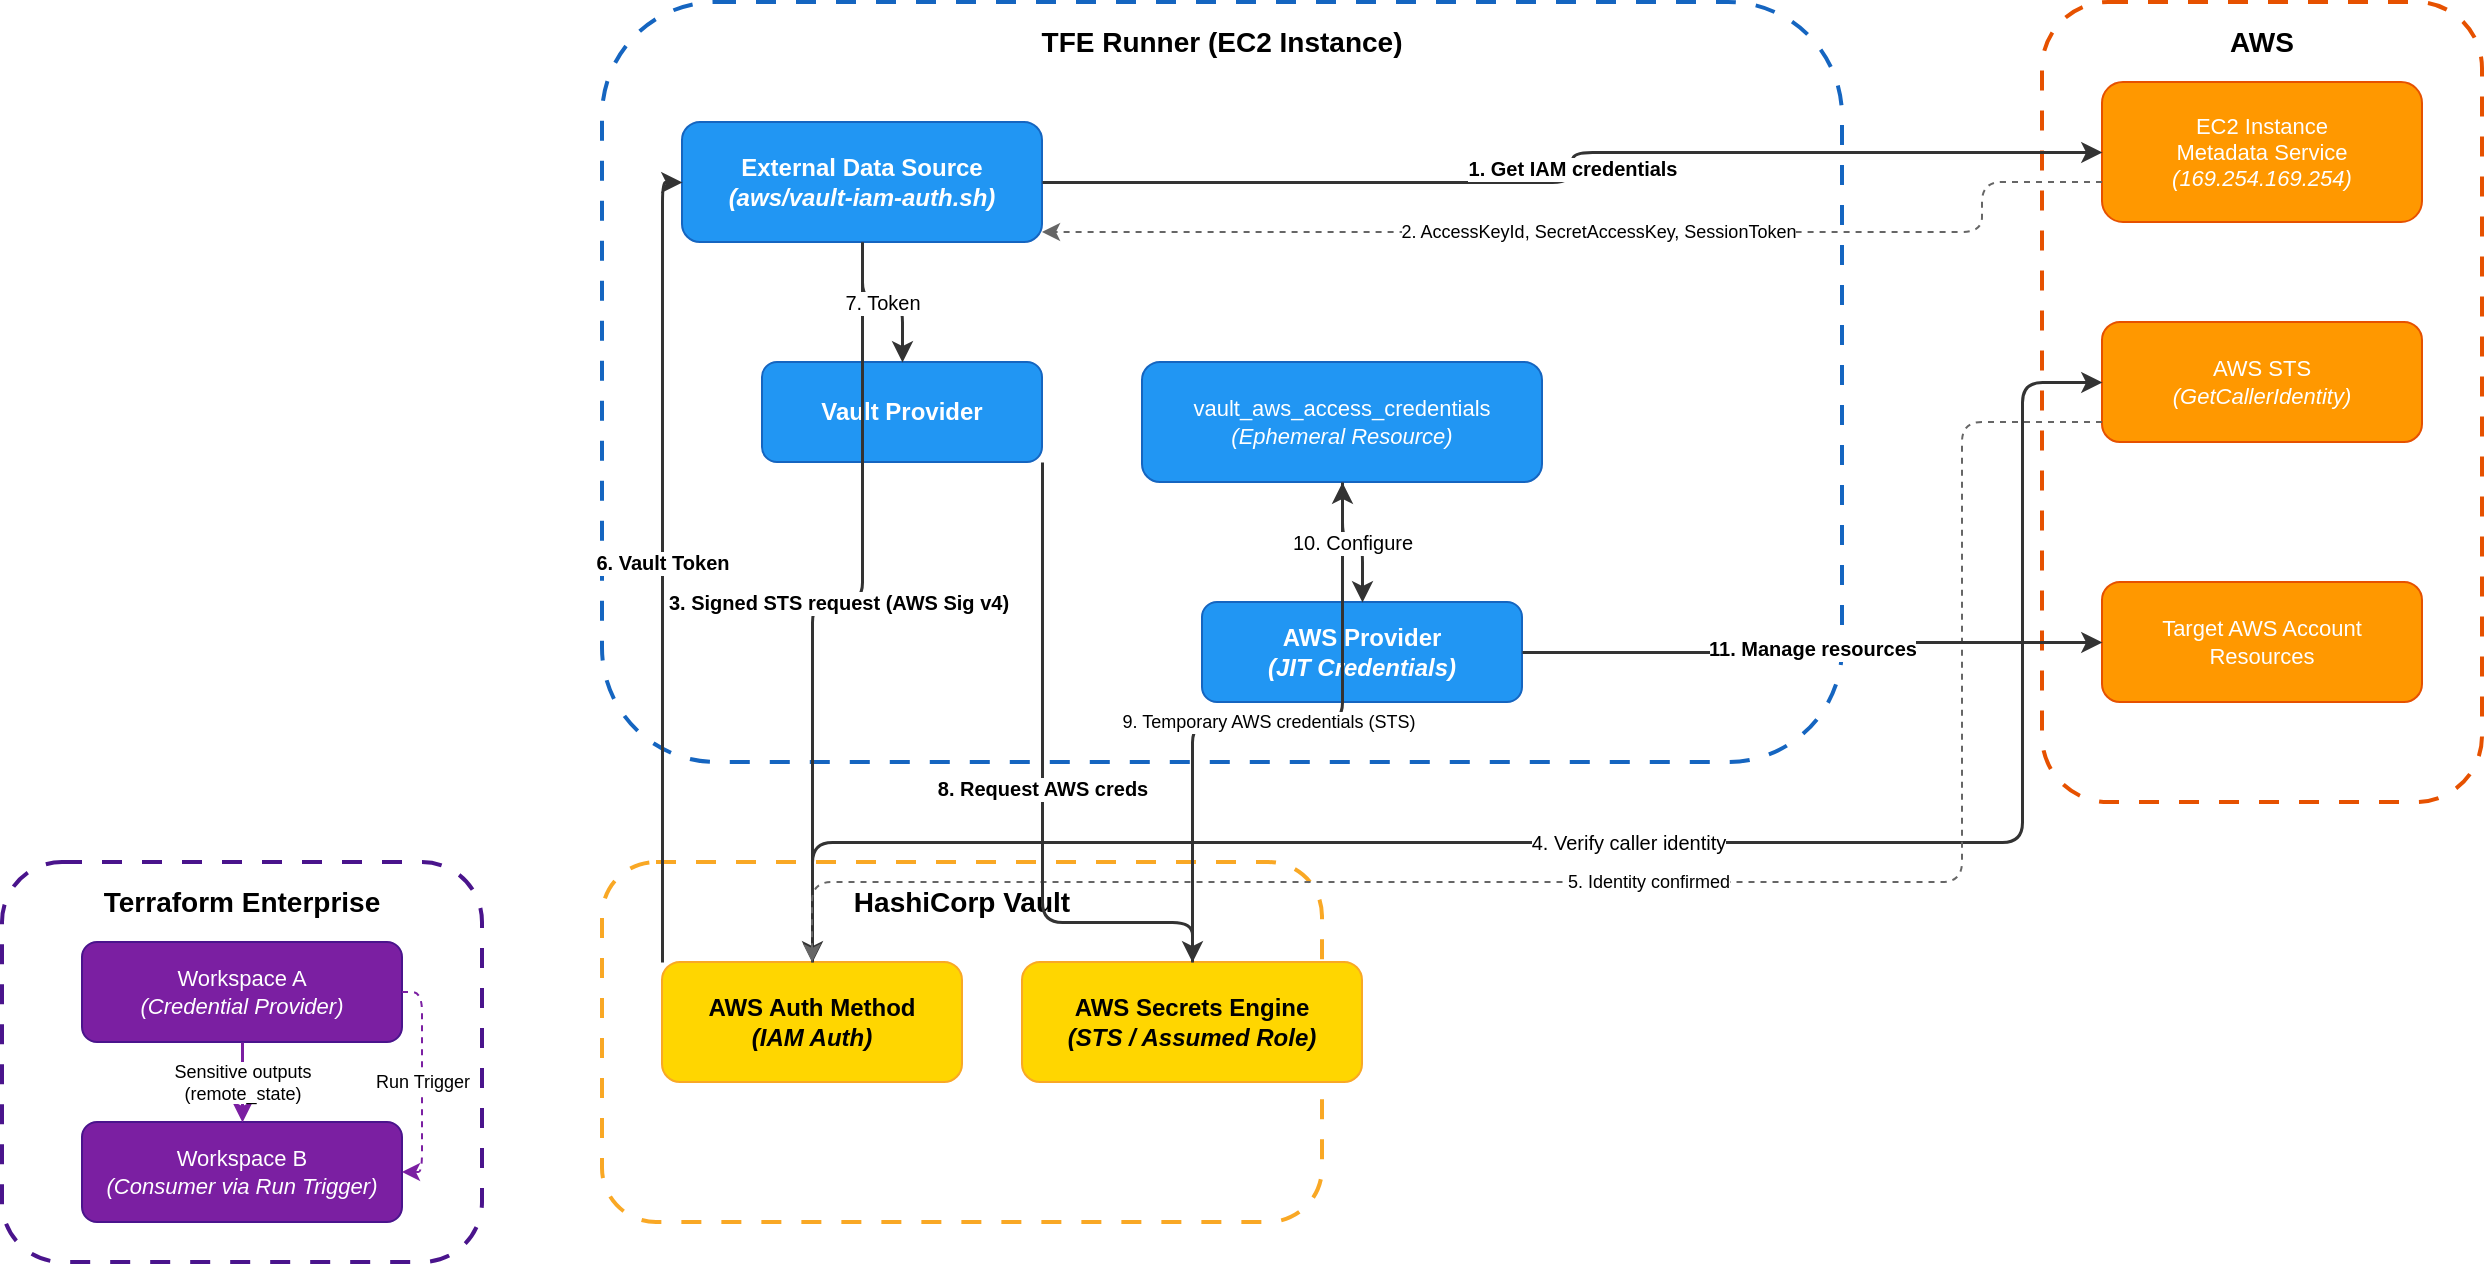
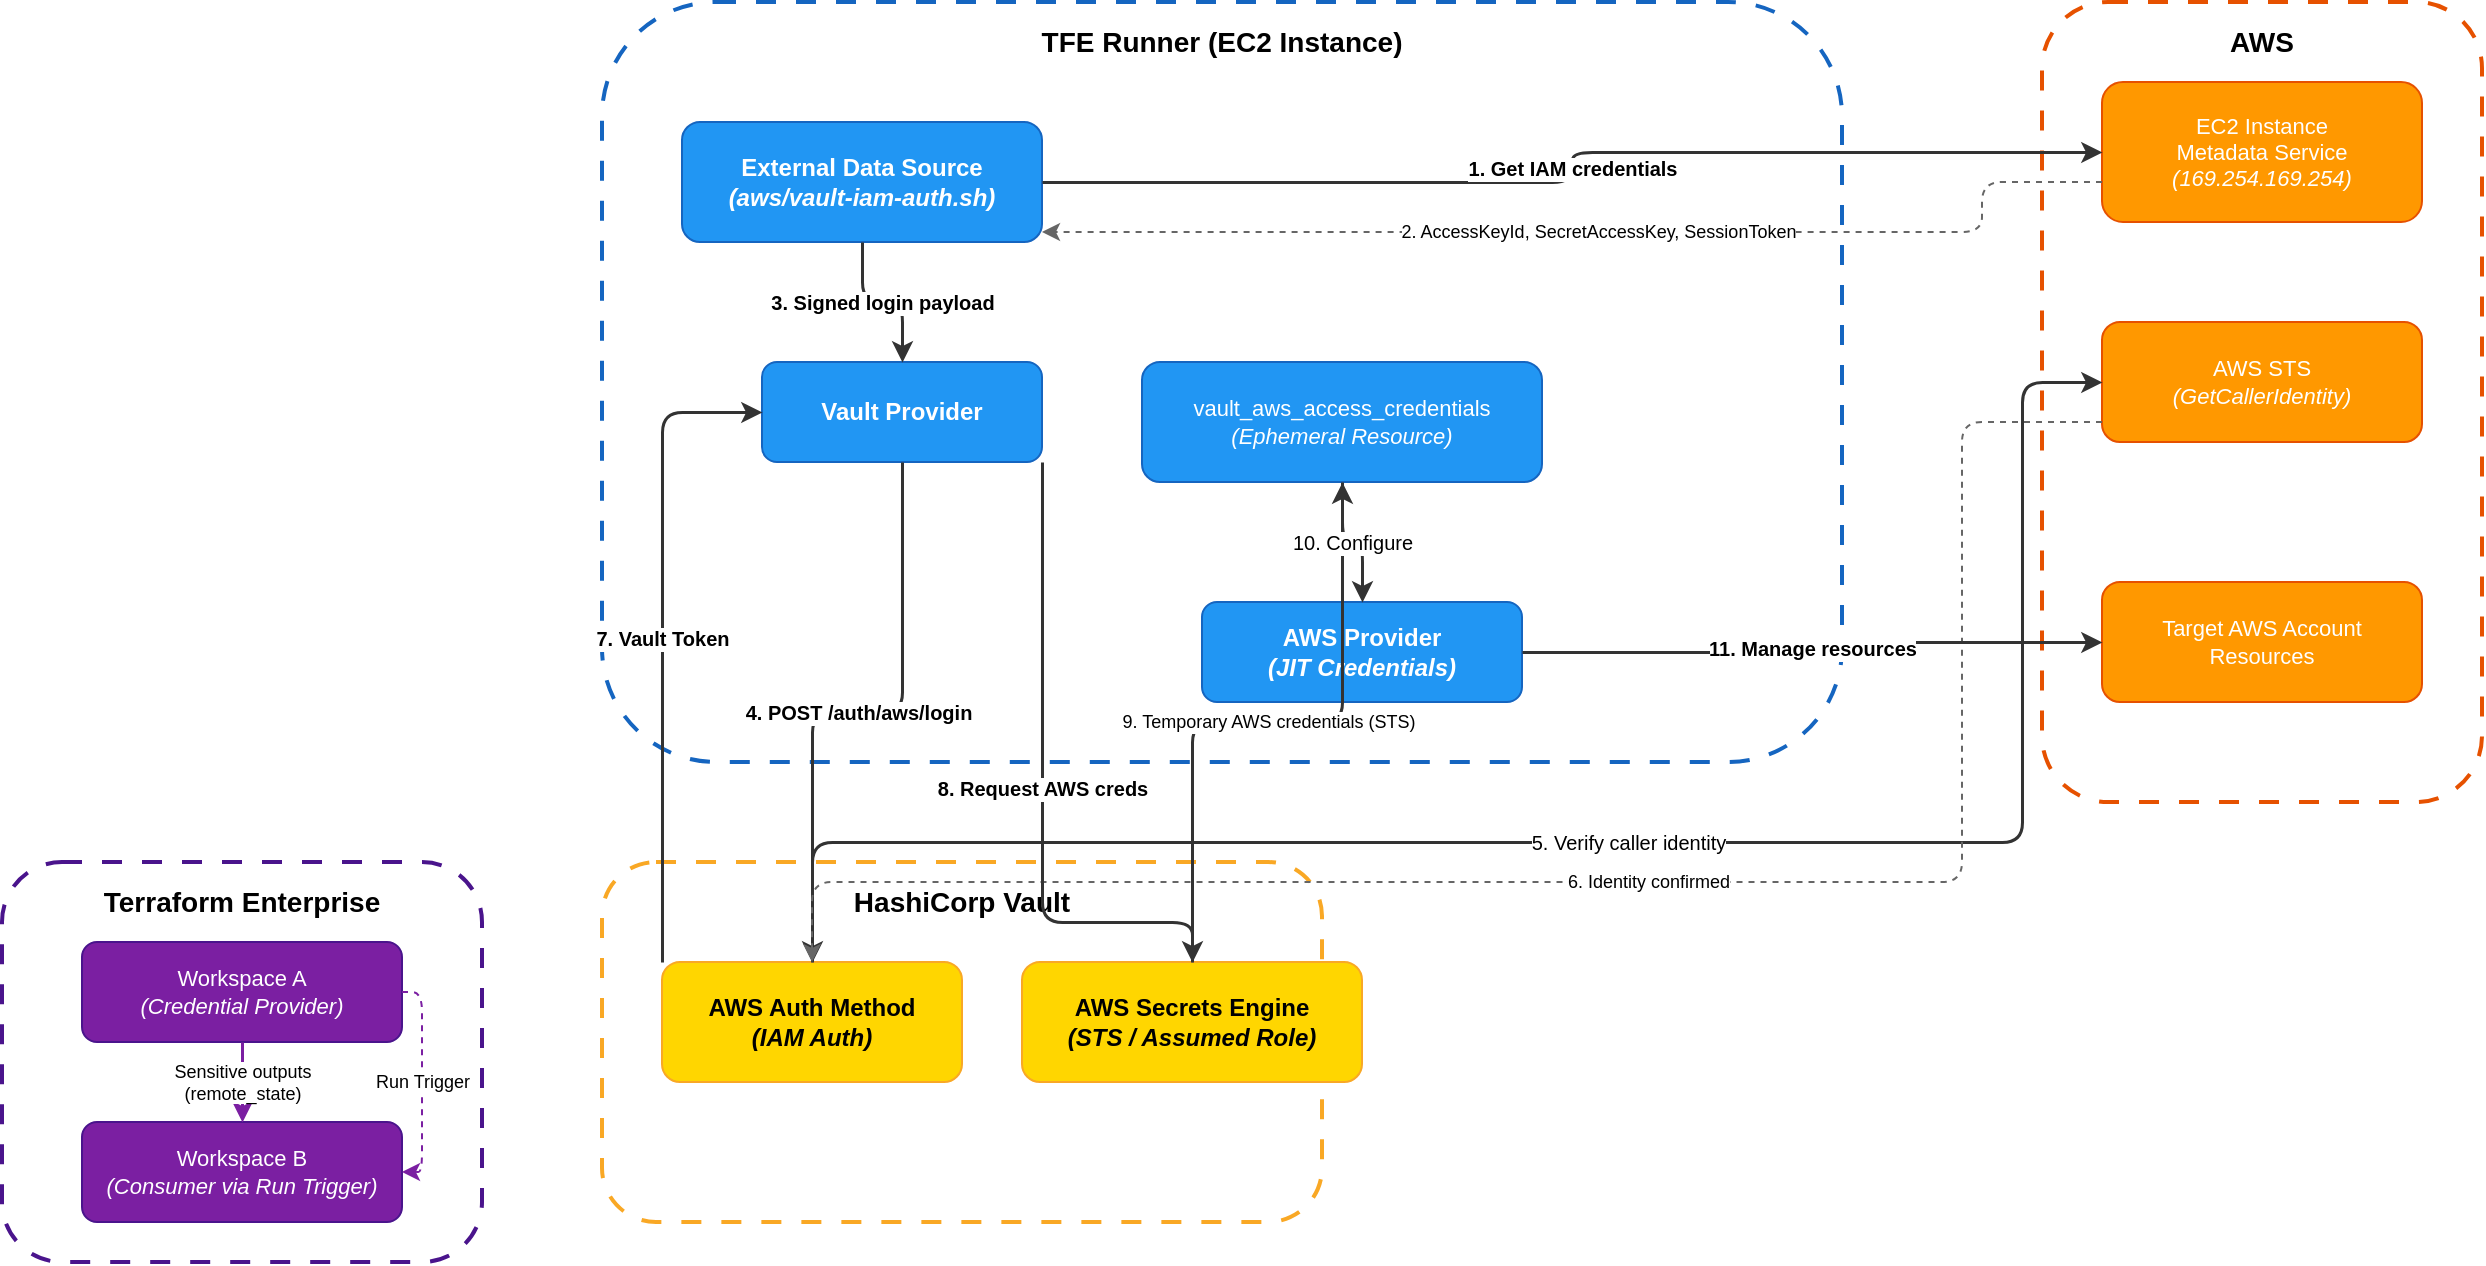
<?xml version="1.0" encoding="UTF-8"?>
<mxfile host="draw.io" type="device">
  <diagram id="vault-iam-auth-high-level" name="High-Level Architecture">
    <mxGraphModel dx="1422" dy="794" grid="1" gridSize="10" guides="1" tooltips="1" connect="1" arrows="1" fold="1" page="1" pageScale="1" pageWidth="1600" pageHeight="900" math="0" shadow="0">
      <root>
        <mxCell id="0" />
        <mxCell id="1" parent="0" />

        <!-- TFE Runner Container -->
        <mxCell id="100" value="TFE Runner (EC2 Instance)" style="rounded=1;whiteSpace=wrap;html=1;fillColor=none;dashed=1;dashPattern=5 5;fontSize=14;fontStyle=1;verticalAlign=top;align=center;spacingTop=5;strokeColor=#1565C0;strokeWidth=2;" vertex="1" parent="1">
          <mxGeometry x="340" y="80" width="620" height="380" as="geometry" />
        </mxCell>

        <!-- External Data Source -->
        <mxCell id="101" value="External Data Source&lt;br&gt;&lt;i&gt;(aws/vault-iam-auth.sh)&lt;/i&gt;" style="rounded=1;whiteSpace=wrap;html=1;fillColor=#2196F3;fontColor=#FFFFFF;strokeColor=#1565C0;fontSize=12;fontStyle=1;" vertex="1" parent="1">
          <mxGeometry x="380" y="140" width="180" height="60" as="geometry" />
        </mxCell>

        <!-- Vault Provider -->
        <mxCell id="102" value="Vault Provider" style="rounded=1;whiteSpace=wrap;html=1;fillColor=#2196F3;fontColor=#FFFFFF;strokeColor=#1565C0;fontSize=12;fontStyle=1;" vertex="1" parent="1">
          <mxGeometry x="420" y="260" width="140" height="50" as="geometry" />
        </mxCell>

        <!-- Ephemeral Resource -->
        <mxCell id="103" value="vault_aws_access_credentials&lt;br&gt;&lt;i&gt;(Ephemeral Resource)&lt;/i&gt;" style="rounded=1;whiteSpace=wrap;html=1;fillColor=#2196F3;fontColor=#FFFFFF;strokeColor=#1565C0;fontSize=11;" vertex="1" parent="1">
          <mxGeometry x="610" y="260" width="200" height="60" as="geometry" />
        </mxCell>

        <!-- AWS Provider -->
        <mxCell id="104" value="AWS Provider&lt;br&gt;&lt;i&gt;(JIT Credentials)&lt;/i&gt;" style="rounded=1;whiteSpace=wrap;html=1;fillColor=#2196F3;fontColor=#FFFFFF;strokeColor=#1565C0;fontSize=12;fontStyle=1;" vertex="1" parent="1">
          <mxGeometry x="640" y="380" width="160" height="50" as="geometry" />
        </mxCell>

        <!-- AWS Services Container -->
        <mxCell id="200" value="AWS" style="rounded=1;whiteSpace=wrap;html=1;fillColor=none;dashed=1;dashPattern=5 5;fontSize=14;fontStyle=1;verticalAlign=top;align=center;spacingTop=5;strokeColor=#E65100;strokeWidth=2;" vertex="1" parent="1">
          <mxGeometry x="1060" y="80" width="220" height="400" as="geometry" />
        </mxCell>

        <!-- EC2 IMDS -->
        <mxCell id="201" value="EC2 Instance&lt;br&gt;Metadata Service&lt;br&gt;&lt;i&gt;(169.254.169.254)&lt;/i&gt;" style="rounded=1;whiteSpace=wrap;html=1;fillColor=#FF9800;fontColor=#FFFFFF;strokeColor=#E65100;fontSize=11;" vertex="1" parent="1">
          <mxGeometry x="1090" y="120" width="160" height="70" as="geometry" />
        </mxCell>

        <!-- AWS STS -->
        <mxCell id="202" value="AWS STS&lt;br&gt;&lt;i&gt;(GetCallerIdentity)&lt;/i&gt;" style="rounded=1;whiteSpace=wrap;html=1;fillColor=#FF9800;fontColor=#FFFFFF;strokeColor=#E65100;fontSize=11;" vertex="1" parent="1">
          <mxGeometry x="1090" y="240" width="160" height="60" as="geometry" />
        </mxCell>

        <!-- Target Resources -->
        <mxCell id="203" value="Target AWS Account&lt;br&gt;Resources" style="rounded=1;whiteSpace=wrap;html=1;fillColor=#FF9800;fontColor=#FFFFFF;strokeColor=#E65100;fontSize=11;" vertex="1" parent="1">
          <mxGeometry x="1090" y="370" width="160" height="60" as="geometry" />
        </mxCell>

        <!-- Vault Container -->
        <mxCell id="300" value="HashiCorp Vault" style="rounded=1;whiteSpace=wrap;html=1;fillColor=none;dashed=1;dashPattern=5 5;fontSize=14;fontStyle=1;verticalAlign=top;align=center;spacingTop=5;strokeColor=#F9A825;strokeWidth=2;" vertex="1" parent="1">
          <mxGeometry x="340" y="510" width="360" height="180" as="geometry" />
        </mxCell>

        <!-- AWS Auth Method -->
        <mxCell id="301" value="AWS Auth Method&lt;br&gt;&lt;i&gt;(IAM Auth)&lt;/i&gt;" style="rounded=1;whiteSpace=wrap;html=1;fillColor=#FFD600;fontColor=#000000;strokeColor=#F9A825;fontSize=12;fontStyle=1;" vertex="1" parent="1">
          <mxGeometry x="370" y="560" width="150" height="60" as="geometry" />
        </mxCell>

        <!-- AWS Secrets Engine -->
        <mxCell id="302" value="AWS Secrets Engine&lt;br&gt;&lt;i&gt;(STS / Assumed Role)&lt;/i&gt;" style="rounded=1;whiteSpace=wrap;html=1;fillColor=#FFD600;fontColor=#000000;strokeColor=#F9A825;fontSize=12;fontStyle=1;" vertex="1" parent="1">
          <mxGeometry x="550" y="560" width="170" height="60" as="geometry" />
        </mxCell>

        <!-- TFE Container -->
        <mxCell id="400" value="Terraform Enterprise" style="rounded=1;whiteSpace=wrap;html=1;fillColor=none;dashed=1;dashPattern=5 5;fontSize=14;fontStyle=1;verticalAlign=top;align=center;spacingTop=5;strokeColor=#4A148C;strokeWidth=2;" vertex="1" parent="1">
          <mxGeometry x="40" y="510" width="240" height="200" as="geometry" />
        </mxCell>

        <!-- Workspace A -->
        <mxCell id="401" value="Workspace A&lt;br&gt;&lt;i&gt;(Credential Provider)&lt;/i&gt;" style="rounded=1;whiteSpace=wrap;html=1;fillColor=#7B1FA2;fontColor=#FFFFFF;strokeColor=#4A148C;fontSize=11;" vertex="1" parent="1">
          <mxGeometry x="80" y="550" width="160" height="50" as="geometry" />
        </mxCell>

        <!-- Workspace B -->
        <mxCell id="402" value="Workspace B&lt;br&gt;&lt;i&gt;(Consumer via Run Trigger)&lt;/i&gt;" style="rounded=1;whiteSpace=wrap;html=1;fillColor=#7B1FA2;fontColor=#FFFFFF;strokeColor=#4A148C;fontSize=11;" vertex="1" parent="1">
          <mxGeometry x="80" y="640" width="160" height="50" as="geometry" />
        </mxCell>


        <!-- FLOW ARROWS -->

        <!-- 1. Get IAM credentials -->
        <mxCell id="e1" value="1. Get IAM credentials" style="edgeStyle=orthogonalEdgeStyle;rounded=1;orthogonalLoop=1;jettySize=auto;html=1;fontSize=10;fontStyle=1;strokeColor=#333333;strokeWidth=1.5;" edge="1" source="101" target="201" parent="1">
          <mxGeometry relative="1" as="geometry" />
        </mxCell>

        <!-- 2. Credentials returned -->
        <mxCell id="e2" value="2. AccessKeyId, SecretAccessKey, SessionToken" style="edgeStyle=orthogonalEdgeStyle;rounded=1;orthogonalLoop=1;jettySize=auto;html=1;fontSize=9;strokeColor=#666666;strokeWidth=1;dashed=1;" edge="1" source="201" target="101" parent="1">
          <mxGeometry relative="1" as="geometry">
            <Array as="points">
              <mxPoint x="1030" y="170" />
              <mxPoint x="1030" y="195" />
            </Array>
          </mxGeometry>
        </mxCell>

-         <!-- 3. Signed STS request to Vault -->
-         <mxCell id="e3" value="3. Signed STS request (AWS Sig v4)" style="edgeStyle=orthogonalEdgeStyle;rounded=1;orthogonalLoop=1;jettySize=auto;html=1;fontSize=10;fontStyle=1;strokeColor=#333333;strokeWidth=1.5;" edge="1" source="101" target="301" parent="1">
+         <!-- 3. Signed payload to Vault Provider -->
+         <mxCell id="e3" value="3. Signed login payload" style="edgeStyle=orthogonalEdgeStyle;rounded=1;orthogonalLoop=1;jettySize=auto;html=1;fontSize=10;fontStyle=1;strokeColor=#333333;strokeWidth=1.5;" edge="1" source="101" target="102" parent="1">
          <mxGeometry relative="1" as="geometry" />
        </mxCell>

-         <!-- 4. Vault verifies via STS -->
-         <mxCell id="e4" value="4. Verify caller identity" style="edgeStyle=orthogonalEdgeStyle;rounded=1;orthogonalLoop=1;jettySize=auto;html=1;fontSize=10;strokeColor=#333333;strokeWidth=1.5;" edge="1" source="301" target="202" parent="1">
+         <!-- 4. Vault Provider calls auth/aws/login -->
+         <mxCell id="e4" value="4. POST /auth/aws/login" style="edgeStyle=orthogonalEdgeStyle;rounded=1;orthogonalLoop=1;jettySize=auto;html=1;fontSize=10;fontStyle=1;strokeColor=#333333;strokeWidth=1.5;" edge="1" source="102" target="301" parent="1">
+           <mxGeometry relative="1" as="geometry" />
+         </mxCell>
+ 
+         <!-- 5. Vault verifies via STS -->
+         <mxCell id="e5" value="5. Verify caller identity" style="edgeStyle=orthogonalEdgeStyle;rounded=1;orthogonalLoop=1;jettySize=auto;html=1;fontSize=10;strokeColor=#333333;strokeWidth=1.5;" edge="1" source="301" target="202" parent="1">
          <mxGeometry relative="1" as="geometry">
            <Array as="points">
              <mxPoint x="445" y="500" />
              <mxPoint x="1050" y="500" />
              <mxPoint x="1050" y="270" />
            </Array>
          </mxGeometry>
        </mxCell>

-         <!-- 5. Identity confirmed -->
-         <mxCell id="e5" value="5. Identity confirmed" style="edgeStyle=orthogonalEdgeStyle;rounded=1;orthogonalLoop=1;jettySize=auto;html=1;fontSize=9;strokeColor=#666666;strokeWidth=1;dashed=1;" edge="1" source="202" target="301" parent="1">
+         <!-- 6. Identity confirmed -->
+         <mxCell id="e6" value="6. Identity confirmed" style="edgeStyle=orthogonalEdgeStyle;rounded=1;orthogonalLoop=1;jettySize=auto;html=1;fontSize=9;strokeColor=#666666;strokeWidth=1;dashed=1;" edge="1" source="202" target="301" parent="1">
          <mxGeometry relative="1" as="geometry">
            <Array as="points">
              <mxPoint x="1020" y="290" />
              <mxPoint x="1020" y="520" />
              <mxPoint x="445" y="520" />
            </Array>
          </mxGeometry>
        </mxCell>

-         <!-- 6. Vault Token returned to external data source -->
-         <mxCell id="e6" value="6. Vault Token" style="edgeStyle=orthogonalEdgeStyle;rounded=1;orthogonalLoop=1;jettySize=auto;html=1;fontSize=10;fontStyle=1;strokeColor=#333333;strokeWidth=1.5;" edge="1" source="301" target="101" parent="1">
+         <!-- 7. Vault Token returned to Vault Provider -->
+         <mxCell id="e7" value="7. Vault Token" style="edgeStyle=orthogonalEdgeStyle;rounded=1;orthogonalLoop=1;jettySize=auto;html=1;fontSize=10;fontStyle=1;strokeColor=#333333;strokeWidth=1.5;" edge="1" source="301" target="102" parent="1">
          <mxGeometry relative="1" as="geometry">
            <Array as="points">
              <mxPoint x="370" y="540" />
-               <mxPoint x="370" y="170" />
+               <mxPoint x="370" y="285" />
            </Array>
          </mxGeometry>
-         </mxCell>
- 
-         <!-- 7. Token to Vault Provider -->
-         <mxCell id="e7" value="7. Token" style="edgeStyle=orthogonalEdgeStyle;rounded=1;orthogonalLoop=1;jettySize=auto;html=1;fontSize=10;strokeColor=#333333;strokeWidth=1.5;" edge="1" source="101" target="102" parent="1">
-           <mxGeometry relative="1" as="geometry" />
        </mxCell>

        <!-- 8. Request AWS creds -->
        <mxCell id="e8" value="8. Request AWS creds" style="edgeStyle=orthogonalEdgeStyle;rounded=1;orthogonalLoop=1;jettySize=auto;html=1;fontSize=10;fontStyle=1;strokeColor=#333333;strokeWidth=1.5;" edge="1" source="102" target="302" parent="1">
          <mxGeometry relative="1" as="geometry">
            <Array as="points">
              <mxPoint x="560" y="290" />
              <mxPoint x="560" y="540" />
              <mxPoint x="635" y="540" />
            </Array>
          </mxGeometry>
        </mxCell>

        <!-- 9. Temporary AWS creds -->
        <mxCell id="e9" value="9. Temporary AWS credentials (STS)" style="edgeStyle=orthogonalEdgeStyle;rounded=1;orthogonalLoop=1;jettySize=auto;html=1;fontSize=9;strokeColor=#333333;strokeWidth=1.5;" edge="1" source="302" target="103" parent="1">
          <mxGeometry relative="1" as="geometry" />
        </mxCell>

        <!-- 10. Configure AWS Provider -->
        <mxCell id="e10" value="10. Configure" style="edgeStyle=orthogonalEdgeStyle;rounded=1;orthogonalLoop=1;jettySize=auto;html=1;fontSize=10;strokeColor=#333333;strokeWidth=1.5;" edge="1" source="103" target="104" parent="1">
          <mxGeometry relative="1" as="geometry" />
        </mxCell>

        <!-- 11. Manage resources -->
        <mxCell id="e11" value="11. Manage resources" style="edgeStyle=orthogonalEdgeStyle;rounded=1;orthogonalLoop=1;jettySize=auto;html=1;fontSize=10;fontStyle=1;strokeColor=#333333;strokeWidth=1.5;" edge="1" source="104" target="203" parent="1">
          <mxGeometry relative="1" as="geometry" />
        </mxCell>

        <!-- Workspace A -> B (remote_state) -->
        <mxCell id="e12" value="Sensitive outputs&lt;br&gt;(remote_state)" style="edgeStyle=orthogonalEdgeStyle;rounded=1;orthogonalLoop=1;jettySize=auto;html=1;fontSize=9;strokeColor=#7B1FA2;strokeWidth=1.5;" edge="1" source="401" target="402" parent="1">
          <mxGeometry relative="1" as="geometry" />
        </mxCell>

        <!-- Run Trigger -->
        <mxCell id="e13" value="Run Trigger" style="edgeStyle=orthogonalEdgeStyle;rounded=1;orthogonalLoop=1;jettySize=auto;html=1;fontSize=9;strokeColor=#7B1FA2;strokeWidth=1;dashed=1;" edge="1" source="401" target="402" parent="1">
          <mxGeometry relative="1" as="geometry">
            <Array as="points">
              <mxPoint x="250" y="575" />
              <mxPoint x="250" y="665" />
            </Array>
          </mxGeometry>
        </mxCell>

      </root>
    </mxGraphModel>
  </diagram>
</mxfile>
